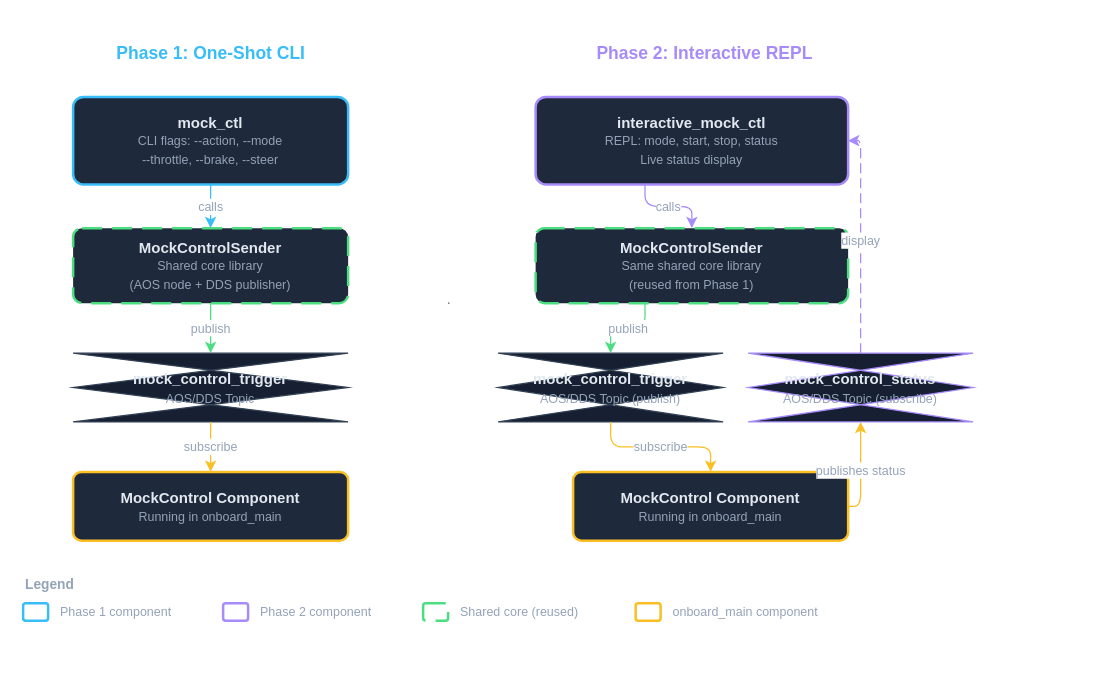
Before: mock-control-cli/architecture.drawio in terry-zhangty/design-docs, a draw.io diagram. Source tidied: cells renumbered, new cells numbered last; positions are measured from the earlier drawing's top-left corner, leaving out a move shared by most shapes. Both pictures are drawn from the tidied source at 125%, with x=0, y=0 at pixel (22, 34).
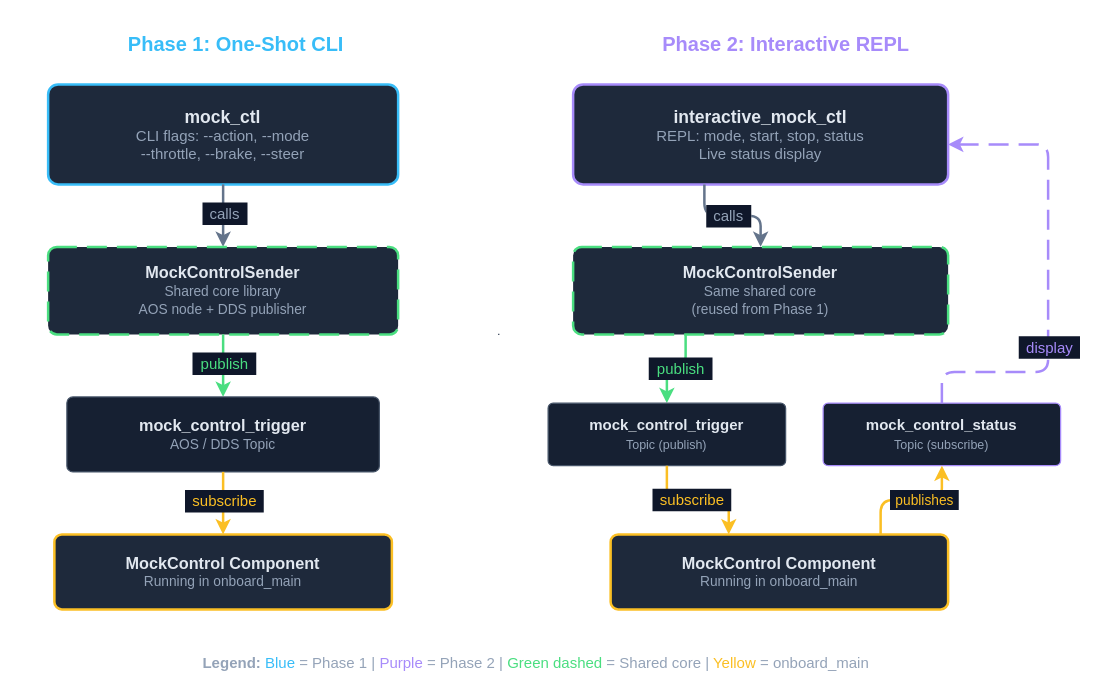
The same page after the edit.

Commit message (it also covers changes not shown here):
Improve architecture diagram: larger fonts, no overlaps, iframe viewer

- Larger boxes and font sizes (12-16px) for readability
- Replaced hexagon topic shapes with rounded rectangles
- Edge labels use colored backgrounds for clarity
- Embedded via draw.io viewer iframe loading from GitHub raw URL
- Committed .drawio source file for future editing

The edit, as a diff of the source:
```diff
@@
-    <mxCell id="2" value="&lt;b&gt;Phase 1: One-Shot CLI&lt;/b&gt;" style="text;html=1;strokeColor=none;fillColor=none;align=center;verticalAlign=middle;fontSize=14;fontColor=#38bdf8;" parent="1" vertex="1">
-      <mxGeometry width="300" height="30" as="geometry" />
+    <mxCell id="2" value="&lt;b style=&quot;font-size:16px&quot;&gt;Phase 1: One-Shot CLI&lt;/b&gt;" style="text;html=1;strokeColor=none;fillColor=none;align=center;verticalAlign=middle;fontColor=#38bdf8;" parent="1" vertex="1">
+      <mxGeometry y="-10" width="340" height="35" as="geometry" />
     </mxCell>
-    <mxCell id="3" value="&lt;b&gt;mock_ctl&lt;/b&gt;&lt;br&gt;&lt;font style=&quot;font-size:10px;color:#94a3b8&quot;&gt;CLI flags: --action, --mode&lt;br&gt;--throttle, --brake, --steer&lt;/font&gt;" style="rounded=1;whiteSpace=wrap;html=1;fillColor=#1e293b;strokeColor=#38bdf8;strokeWidth=2;fontColor=#e2e8f0;arcSize=12;" parent="1" vertex="1">
-      <mxGeometry x="40" y="50" width="220" height="70" as="geometry" />
+    <mxCell id="3" value="&lt;b style=&quot;font-size:14px&quot;&gt;mock_ctl&lt;/b&gt;&lt;br&gt;&lt;span style=&quot;font-size:12px;color:#94a3b8&quot;&gt;CLI flags: --action, --mode&lt;br&gt;--throttle, --brake, --steer&lt;/span&gt;" style="rounded=1;whiteSpace=wrap;html=1;fillColor=#1e293b;strokeColor=#38bdf8;strokeWidth=2;fontColor=#e2e8f0;arcSize=10;" parent="1" vertex="1">
+      <mxGeometry x="20" y="40" width="280" height="80" as="geometry" />
     </mxCell>
-    <mxCell id="4" value="&lt;b&gt;MockControlSender&lt;/b&gt;&lt;br&gt;&lt;font style=&quot;font-size:10px;color:#94a3b8&quot;&gt;Shared core library&lt;br&gt;(AOS node + DDS publisher)&lt;/font&gt;" style="rounded=1;whiteSpace=wrap;html=1;fillColor=#1e293b;strokeColor=#4ade80;strokeWidth=2;fontColor=#e2e8f0;arcSize=12;dashed=1;dashPattern=8 4;" parent="1" vertex="1">
-      <mxGeometry x="40" y="155" width="220" height="60" as="geometry" />
-    </mxCell>
-    <mxCell id="5" value="&lt;b&gt;mock_control_trigger&lt;/b&gt;&lt;br&gt;&lt;font style=&quot;font-size:10px;color:#94a3b8&quot;&gt;AOS/DDS Topic&lt;/font&gt;" style="shape=hexagon;perimeter=hexagonPerimeter2;whiteSpace=wrap;html=1;fillColor=#162032;strokeColor=#334155;strokeWidth=1;fontColor=#e2e8f0;size=15;" parent="1" vertex="1">
-      <mxGeometry x="40" y="255" width="220" height="55" as="geometry" />
-    </mxCell>
-    <mxCell id="6" value="&lt;b&gt;MockControl Component&lt;/b&gt;&lt;br&gt;&lt;font style=&quot;font-size:10px;color:#94a3b8&quot;&gt;Running in onboard_main&lt;/font&gt;" style="rounded=1;whiteSpace=wrap;html=1;fillColor=#1e293b;strokeColor=#fbbf24;strokeWidth=2;fontColor=#e2e8f0;arcSize=12;" parent="1" vertex="1">
-      <mxGeometry x="40" y="350" width="220" height="55" as="geometry" />
-    </mxCell>
-    <mxCell id="7" value="&lt;font style=&quot;font-size:10px;color:#94a3b8&quot;&gt;calls&lt;/font&gt;" style="edgeStyle=orthogonalEdgeStyle;rounded=1;html=1;strokeColor=#38bdf8;strokeWidth=1;exitX=0.5;exitY=1;entryX=0.5;entryY=0;endArrow=classic;endFill=1;" parent="1" edge="1" source="3" target="4">
-      <mxGeometry relative="1" as="geometry" />
-    </mxCell>
-    <mxCell id="8" value="&lt;font style=&quot;font-size:10px;color:#94a3b8&quot;&gt;publish&lt;/font&gt;" style="edgeStyle=orthogonalEdgeStyle;rounded=1;html=1;strokeColor=#4ade80;strokeWidth=1;exitX=0.5;exitY=1;entryX=0.5;entryY=0;endArrow=classic;endFill=1;" parent="1" edge="1" source="4" target="5">
-      <mxGeometry relative="1" as="geometry" />
-    </mxCell>
-    <mxCell id="9" value="&lt;font style=&quot;font-size:10px;color:#94a3b8&quot;&gt;subscribe&lt;/font&gt;" style="edgeStyle=orthogonalEdgeStyle;rounded=1;html=1;strokeColor=#fbbf24;strokeWidth=1;exitX=0.5;exitY=1;entryX=0.5;entryY=0;endArrow=classic;endFill=1;" parent="1" edge="1" source="5" target="6">
-      <mxGeometry relative="1" as="geometry" />
-    </mxCell>
+    <mxCell id="31" style="edgeStyle=orthogonalEdgeStyle;rounded=1;html=1;strokeColor=#64748b;strokeWidth=2;exitX=0.5;exitY=1;entryX=0.5;entryY=0;endArrow=classic;endFill=1;" parent="1" edge="1" source="3" target="33">
+      <mxGeometry relative="1" as="geometry" />
+    </mxCell>
+    <mxCell id="32" value="&lt;span style=&quot;font-size:12px;color:#94a3b8;background:#0f172a;padding:2px 6px&quot;&gt;calls&lt;/span&gt;" style="edgeLabel;html=1;align=center;verticalAlign=middle;" parent="31" vertex="1">
+      <mxGeometry x="-0.1" relative="1" as="geometry" />
+    </mxCell>
+    <mxCell id="33" value="&lt;b style=&quot;font-size:13px&quot;&gt;MockControlSender&lt;/b&gt;&lt;br&gt;&lt;span style=&quot;font-size:11px;color:#94a3b8&quot;&gt;Shared core library&lt;br&gt;AOS node + DDS publisher&lt;/span&gt;" style="rounded=1;whiteSpace=wrap;html=1;fillColor=#1e293b;strokeColor=#4ade80;strokeWidth=2;fontColor=#e2e8f0;arcSize=10;dashed=1;dashPattern=8 4;" parent="1" vertex="1">
+      <mxGeometry x="20" y="170" width="280" height="70" as="geometry" />
+    </mxCell>
+    <mxCell id="34" style="edgeStyle=orthogonalEdgeStyle;rounded=1;html=1;strokeColor=#4ade80;strokeWidth=2;exitX=0.5;exitY=1;entryX=0.5;entryY=0;endArrow=classic;endFill=1;" parent="1" edge="1" source="33" target="36">
+      <mxGeometry relative="1" as="geometry" />
+    </mxCell>
+    <mxCell id="35" value="&lt;span style=&quot;font-size:12px;color:#4ade80;background:#0f172a;padding:2px 6px&quot;&gt;publish&lt;/span&gt;" style="edgeLabel;html=1;align=center;verticalAlign=middle;" parent="34" vertex="1">
+      <mxGeometry x="-0.1" relative="1" as="geometry" />
+    </mxCell>
+    <mxCell id="36" value="&lt;b style=&quot;font-size:13px&quot;&gt;mock_control_trigger&lt;/b&gt;&lt;br&gt;&lt;span style=&quot;font-size:11px;color:#94a3b8&quot;&gt;AOS / DDS Topic&lt;/span&gt;" style="rounded=1;whiteSpace=wrap;html=1;fillColor=#162032;strokeColor=#475569;strokeWidth=1;fontColor=#e2e8f0;arcSize=8;" parent="1" vertex="1">
+      <mxGeometry x="35" y="290" width="250" height="60" as="geometry" />
+    </mxCell>
+    <mxCell id="37" style="edgeStyle=orthogonalEdgeStyle;rounded=1;html=1;strokeColor=#fbbf24;strokeWidth=2;exitX=0.5;exitY=1;entryX=0.5;entryY=0;endArrow=classic;endFill=1;" parent="1" edge="1" source="36" target="39">
+      <mxGeometry relative="1" as="geometry" />
+    </mxCell>
+    <mxCell id="38" value="&lt;span style=&quot;font-size:12px;color:#fbbf24;background:#0f172a;padding:2px 6px&quot;&gt;subscribe&lt;/span&gt;" style="edgeLabel;html=1;align=center;verticalAlign=middle;" parent="37" vertex="1">
+      <mxGeometry x="-0.1" relative="1" as="geometry" />
+    </mxCell>
+    <mxCell id="39" value="&lt;b style=&quot;font-size:13px&quot;&gt;MockControl Component&lt;/b&gt;&lt;br&gt;&lt;span style=&quot;font-size:11px;color:#94a3b8&quot;&gt;Running in onboard_main&lt;/span&gt;" style="rounded=1;whiteSpace=wrap;html=1;fillColor=#1e293b;strokeColor=#fbbf24;strokeWidth=2;fontColor=#e2e8f0;arcSize=10;" parent="1" vertex="1">
+      <mxGeometry x="25" y="400" width="270" height="60" as="geometry" />
+    </mxCell>
     <mxCell id="10" style="line;strokeColor=#334155;strokeWidth=1;fillColor=none;dashed=1;dashPattern=8 4;" parent="1" vertex="1">
-      <mxGeometry x="340" y="10" width="1" height="410" as="geometry" />
+      <mxGeometry x="380" width="1" height="480" as="geometry" />
     </mxCell>
-    <mxCell id="11" value="&lt;b&gt;Phase 2: Interactive REPL&lt;/b&gt;" style="text;html=1;strokeColor=none;fillColor=none;align=center;verticalAlign=middle;fontSize=14;fontColor=#a78bfa;" parent="1" vertex="1">
-      <mxGeometry x="380" width="330" height="30" as="geometry" />
+    <mxCell id="11" value="&lt;b style=&quot;font-size:16px&quot;&gt;Phase 2: Interactive REPL&lt;/b&gt;" style="text;html=1;strokeColor=none;fillColor=none;align=center;verticalAlign=middle;fontColor=#a78bfa;" parent="1" vertex="1">
+      <mxGeometry x="420" y="-10" width="380" height="35" as="geometry" />
     </mxCell>
-    <mxCell id="12" value="&lt;b&gt;interactive_mock_ctl&lt;/b&gt;&lt;br&gt;&lt;font style=&quot;font-size:10px;color:#94a3b8&quot;&gt;REPL: mode, start, stop, status&lt;br&gt;Live status display&lt;/font&gt;" style="rounded=1;whiteSpace=wrap;html=1;fillColor=#1e293b;strokeColor=#a78bfa;strokeWidth=2;fontColor=#e2e8f0;arcSize=12;" parent="1" vertex="1">
-      <mxGeometry x="410" y="50" width="250" height="70" as="geometry" />
+    <mxCell id="12" value="&lt;b style=&quot;font-size:14px&quot;&gt;interactive_mock_ctl&lt;/b&gt;&lt;br&gt;&lt;span style=&quot;font-size:12px;color:#94a3b8&quot;&gt;REPL: mode, start, stop, status&lt;br&gt;Live status display&lt;/span&gt;" style="rounded=1;whiteSpace=wrap;html=1;fillColor=#1e293b;strokeColor=#a78bfa;strokeWidth=2;fontColor=#e2e8f0;arcSize=10;" parent="1" vertex="1">
+      <mxGeometry x="440" y="40" width="300" height="80" as="geometry" />
     </mxCell>
-    <mxCell id="13" value="&lt;b&gt;MockControlSender&lt;/b&gt;&lt;br&gt;&lt;font style=&quot;font-size:10px;color:#94a3b8&quot;&gt;Same shared core library&lt;br&gt;(reused from Phase 1)&lt;/font&gt;" style="rounded=1;whiteSpace=wrap;html=1;fillColor=#1e293b;strokeColor=#4ade80;strokeWidth=2;fontColor=#e2e8f0;arcSize=12;dashed=1;dashPattern=8 4;" parent="1" vertex="1">
-      <mxGeometry x="410" y="155" width="250" height="60" as="geometry" />
-    </mxCell>
-    <mxCell id="14" value="&lt;b&gt;mock_control_trigger&lt;/b&gt;&lt;br&gt;&lt;font style=&quot;font-size:10px;color:#94a3b8&quot;&gt;AOS/DDS Topic (publish)&lt;/font&gt;" style="shape=hexagon;perimeter=hexagonPerimeter2;whiteSpace=wrap;html=1;fillColor=#162032;strokeColor=#334155;strokeWidth=1;fontColor=#e2e8f0;size=15;" parent="1" vertex="1">
-      <mxGeometry x="380" y="255" width="180" height="55" as="geometry" />
-    </mxCell>
-    <mxCell id="15" value="&lt;b&gt;mock_control_status&lt;/b&gt;&lt;br&gt;&lt;font style=&quot;font-size:10px;color:#94a3b8&quot;&gt;AOS/DDS Topic (subscribe)&lt;/font&gt;" style="shape=hexagon;perimeter=hexagonPerimeter2;whiteSpace=wrap;html=1;fillColor=#162032;strokeColor=#a78bfa;strokeWidth=1;fontColor=#e2e8f0;size=15;" parent="1" vertex="1">
-      <mxGeometry x="580" y="255" width="180" height="55" as="geometry" />
-    </mxCell>
-    <mxCell id="16" value="&lt;b&gt;MockControl Component&lt;/b&gt;&lt;br&gt;&lt;font style=&quot;font-size:10px;color:#94a3b8&quot;&gt;Running in onboard_main&lt;/font&gt;" style="rounded=1;whiteSpace=wrap;html=1;fillColor=#1e293b;strokeColor=#fbbf24;strokeWidth=2;fontColor=#e2e8f0;arcSize=12;" parent="1" vertex="1">
-      <mxGeometry x="440" y="350" width="220" height="55" as="geometry" />
-    </mxCell>
-    <mxCell id="17" value="&lt;font style=&quot;font-size:10px;color:#94a3b8&quot;&gt;calls&lt;/font&gt;" style="edgeStyle=orthogonalEdgeStyle;rounded=1;html=1;strokeColor=#a78bfa;strokeWidth=1;exitX=0.35;exitY=1;entryX=0.5;entryY=0;endArrow=classic;endFill=1;" parent="1" edge="1" source="12" target="13">
-      <mxGeometry relative="1" as="geometry" />
-    </mxCell>
-    <mxCell id="18" value="&lt;font style=&quot;font-size:10px;color:#94a3b8&quot;&gt;publish&lt;/font&gt;" style="edgeStyle=orthogonalEdgeStyle;rounded=1;html=1;strokeColor=#4ade80;strokeWidth=1;exitX=0.35;exitY=1;entryX=0.5;entryY=0;endArrow=classic;endFill=1;" parent="1" edge="1" source="13" target="14">
-      <mxGeometry relative="1" as="geometry" />
-    </mxCell>
-    <mxCell id="19" value="&lt;font style=&quot;font-size:10px;color:#94a3b8&quot;&gt;subscribe&lt;/font&gt;" style="edgeStyle=orthogonalEdgeStyle;rounded=1;html=1;strokeColor=#fbbf24;strokeWidth=1;exitX=0.5;exitY=1;entryX=0.5;entryY=0;endArrow=classic;endFill=1;" parent="1" edge="1" source="14" target="16">
-      <mxGeometry relative="1" as="geometry" />
-    </mxCell>
-    <mxCell id="20" value="&lt;font style=&quot;font-size:10px;color:#94a3b8&quot;&gt;publishes status&lt;/font&gt;" style="edgeStyle=orthogonalEdgeStyle;rounded=1;html=1;strokeColor=#fbbf24;strokeWidth=1;exitX=1;exitY=0.5;entryX=0.5;entryY=1;endArrow=classic;endFill=1;" parent="1" edge="1" source="16" target="15">
-      <mxGeometry relative="1" as="geometry" />
-    </mxCell>
+    <mxCell id="40" style="edgeStyle=orthogonalEdgeStyle;rounded=1;html=1;strokeColor=#64748b;strokeWidth=2;exitX=0.35;exitY=1;entryX=0.5;entryY=0;endArrow=classic;endFill=1;" parent="1" edge="1" source="12" target="42">
+      <mxGeometry relative="1" as="geometry" />
+    </mxCell>
+    <mxCell id="41" value="&lt;span style=&quot;font-size:12px;color:#94a3b8;background:#0f172a;padding:2px 6px&quot;&gt;calls&lt;/span&gt;" style="edgeLabel;html=1;align=center;verticalAlign=middle;" parent="40" vertex="1">
+      <mxGeometry x="-0.1" relative="1" as="geometry" />
+    </mxCell>
+    <mxCell id="42" value="&lt;b style=&quot;font-size:13px&quot;&gt;MockControlSender&lt;/b&gt;&lt;br&gt;&lt;span style=&quot;font-size:11px;color:#94a3b8&quot;&gt;Same shared core&lt;br&gt;(reused from Phase 1)&lt;/span&gt;" style="rounded=1;whiteSpace=wrap;html=1;fillColor=#1e293b;strokeColor=#4ade80;strokeWidth=2;fontColor=#e2e8f0;arcSize=10;dashed=1;dashPattern=8 4;" parent="1" vertex="1">
+      <mxGeometry x="440" y="170" width="300" height="70" as="geometry" />
+    </mxCell>
+    <mxCell id="43" style="edgeStyle=orthogonalEdgeStyle;rounded=1;html=1;strokeColor=#4ade80;strokeWidth=2;exitX=0.3;exitY=1;entryX=0.5;entryY=0;endArrow=classic;endFill=1;" parent="1" edge="1" source="42" target="45">
+      <mxGeometry relative="1" as="geometry" />
+    </mxCell>
+    <mxCell id="44" value="&lt;span style=&quot;font-size:12px;color:#4ade80;background:#0f172a;padding:2px 6px&quot;&gt;publish&lt;/span&gt;" style="edgeLabel;html=1;align=center;verticalAlign=middle;" parent="43" vertex="1">
+      <mxGeometry x="-0.1" relative="1" as="geometry" />
+    </mxCell>
+    <mxCell id="45" value="&lt;b style=&quot;font-size:12px&quot;&gt;mock_control_trigger&lt;/b&gt;&lt;br&gt;&lt;span style=&quot;font-size:10px;color:#94a3b8&quot;&gt;Topic (publish)&lt;/span&gt;" style="rounded=1;whiteSpace=wrap;html=1;fillColor=#162032;strokeColor=#475569;strokeWidth=1;fontColor=#e2e8f0;arcSize=8;" parent="1" vertex="1">
+      <mxGeometry x="420" y="295" width="190" height="50" as="geometry" />
+    </mxCell>
+    <mxCell id="46" value="&lt;b style=&quot;font-size:12px&quot;&gt;mock_control_status&lt;/b&gt;&lt;br&gt;&lt;span style=&quot;font-size:10px;color:#94a3b8&quot;&gt;Topic (subscribe)&lt;/span&gt;" style="rounded=1;whiteSpace=wrap;html=1;fillColor=#162032;strokeColor=#a78bfa;strokeWidth=1;fontColor=#e2e8f0;arcSize=8;" parent="1" vertex="1">
+      <mxGeometry x="640" y="295" width="190" height="50" as="geometry" />
+    </mxCell>
+    <mxCell id="47" style="edgeStyle=orthogonalEdgeStyle;rounded=1;html=1;strokeColor=#fbbf24;strokeWidth=2;exitX=0.5;exitY=1;entryX=0.35;entryY=0;endArrow=classic;endFill=1;" parent="1" edge="1" source="45" target="49">
+      <mxGeometry relative="1" as="geometry" />
+    </mxCell>
+    <mxCell id="48" value="&lt;span style=&quot;font-size:12px;color:#fbbf24;background:#0f172a;padding:2px 6px&quot;&gt;subscribe&lt;/span&gt;" style="edgeLabel;html=1;align=center;verticalAlign=middle;" parent="47" vertex="1">
+      <mxGeometry x="-0.1" relative="1" as="geometry" />
+    </mxCell>
+    <mxCell id="49" value="&lt;b style=&quot;font-size:13px&quot;&gt;MockControl Component&lt;/b&gt;&lt;br&gt;&lt;span style=&quot;font-size:11px;color:#94a3b8&quot;&gt;Running in onboard_main&lt;/span&gt;" style="rounded=1;whiteSpace=wrap;html=1;fillColor=#1e293b;strokeColor=#fbbf24;strokeWidth=2;fontColor=#e2e8f0;arcSize=10;" parent="1" vertex="1">
+      <mxGeometry x="470" y="400" width="270" height="60" as="geometry" />
+    </mxCell>
+    <mxCell id="50" style="edgeStyle=orthogonalEdgeStyle;rounded=1;html=1;strokeColor=#fbbf24;strokeWidth=2;exitX=0.8;exitY=0;entryX=0.5;entryY=1;endArrow=classic;endFill=1;" parent="1" edge="1" source="49" target="46">
+      <mxGeometry relative="1" as="geometry" />
+    </mxCell>
+    <mxCell id="51" value="&lt;span style=&quot;font-size:11px;color:#fbbf24;background:#0f172a;padding:2px 4px&quot;&gt;publishes&lt;/span&gt;" style="edgeLabel;html=1;align=center;verticalAlign=middle;" parent="50" vertex="1">
+      <mxGeometry x="0.2" relative="1" as="geometry" />
+    </mxCell>
+    <mxCell id="52" style="edgeStyle=orthogonalEdgeStyle;rounded=1;html=1;strokeColor=#a78bfa;strokeWidth=2;exitX=0.5;exitY=0;entryX=1;entryY=0.6;endArrow=classic;endFill=1;dashed=1;dashPattern=8 4;" parent="1" edge="1" source="46" target="12">
+      <mxGeometry relative="1" as="geometry">
+        <Array as="points">
+          <mxPoint x="735" y="270" />
+          <mxPoint x="820" y="270" />
+          <mxPoint x="820" y="88" />
+        </Array>
+      </mxGeometry>
+    </mxCell>
-    <mxCell id="21" value="&lt;font style=&quot;font-size:10px;color:#94a3b8&quot;&gt;display&lt;/font&gt;" style="edgeStyle=orthogonalEdgeStyle;rounded=1;html=1;strokeColor=#a78bfa;strokeWidth=1;exitX=0.5;exitY=0;entryX=1;entryY=0.5;endArrow=classic;endFill=1;dashed=1;dashPattern=8 4;" parent="1" edge="1" source="15" target="12">
-      <mxGeometry relative="1" as="geometry" />
+    <mxCell id="21" value="&lt;span style=&quot;font-size:12px;color:#a78bfa;background:#0f172a;padding:2px 6px&quot;&gt;display&lt;/span&gt;" style="edgeLabel;html=1;align=center;verticalAlign=middle;" parent="52" vertex="1">
+      <mxGeometry x="-0.3" relative="1" as="geometry" />
     </mxCell>
-    <mxCell id="22" value="&lt;b style=&quot;font-size:11px;&quot;&gt;Legend&lt;/b&gt;" style="text;html=1;strokeColor=none;fillColor=none;align=left;verticalAlign=middle;fontColor=#94a3b8;" parent="1" vertex="1">
-      <mxGeometry y="430" width="50" height="20" as="geometry" />
-    </mxCell>
-    <mxCell id="23" style="rounded=1;whiteSpace=wrap;html=1;fillColor=none;strokeColor=#38bdf8;strokeWidth=2;" parent="1" vertex="1">
-      <mxGeometry y="455" width="20" height="14" as="geometry" />
-    </mxCell>
-    <mxCell id="24" value="&lt;font style=&quot;font-size:10px;color:#94a3b8&quot;&gt;Phase 1 component&lt;/font&gt;" style="text;html=1;strokeColor=none;fillColor=none;align=left;verticalAlign=middle;" parent="1" vertex="1">
-      <mxGeometry x="28" y="452" width="120" height="20" as="geometry" />
-    </mxCell>
-    <mxCell id="25" style="rounded=1;whiteSpace=wrap;html=1;fillColor=none;strokeColor=#a78bfa;strokeWidth=2;" parent="1" vertex="1">
-      <mxGeometry x="160" y="455" width="20" height="14" as="geometry" />
-    </mxCell>
-    <mxCell id="26" value="&lt;font style=&quot;font-size:10px;color:#94a3b8&quot;&gt;Phase 2 component&lt;/font&gt;" style="text;html=1;strokeColor=none;fillColor=none;align=left;verticalAlign=middle;" parent="1" vertex="1">
-      <mxGeometry x="188" y="452" width="120" height="20" as="geometry" />
-    </mxCell>
-    <mxCell id="27" style="rounded=1;whiteSpace=wrap;html=1;fillColor=none;strokeColor=#4ade80;strokeWidth=2;dashed=1;dashPattern=8 4;" parent="1" vertex="1">
-      <mxGeometry x="320" y="455" width="20" height="14" as="geometry" />
-    </mxCell>
-    <mxCell id="28" value="&lt;font style=&quot;font-size:10px;color:#94a3b8&quot;&gt;Shared core (reused)&lt;/font&gt;" style="text;html=1;strokeColor=none;fillColor=none;align=left;verticalAlign=middle;" parent="1" vertex="1">
-      <mxGeometry x="348" y="452" width="130" height="20" as="geometry" />
-    </mxCell>
-    <mxCell id="29" style="rounded=1;whiteSpace=wrap;html=1;fillColor=none;strokeColor=#fbbf24;strokeWidth=2;" parent="1" vertex="1">
-      <mxGeometry x="490" y="455" width="20" height="14" as="geometry" />
-    </mxCell>
-    <mxCell id="30" value="&lt;font style=&quot;font-size:10px;color:#94a3b8&quot;&gt;onboard_main component&lt;/font&gt;" style="text;html=1;strokeColor=none;fillColor=none;align=left;verticalAlign=middle;" parent="1" vertex="1">
-      <mxGeometry x="518" y="452" width="150" height="20" as="geometry" />
-    </mxCell>
+    <mxCell id="53" value="&lt;span style=&quot;font-size:12px;color:#94a3b8&quot;&gt;&lt;b&gt;Legend:&lt;/b&gt;  &lt;span style=&quot;color:#38bdf8&quot;&gt;Blue&lt;/span&gt; = Phase 1  |  &lt;span style=&quot;color:#a78bfa&quot;&gt;Purple&lt;/span&gt; = Phase 2  |  &lt;span style=&quot;color:#4ade80&quot;&gt;Green dashed&lt;/span&gt; = Shared core  |  &lt;span style=&quot;color:#fbbf24&quot;&gt;Yellow&lt;/span&gt; = onboard_main&lt;/span&gt;" style="text;html=1;strokeColor=none;fillColor=none;align=center;verticalAlign=middle;" parent="1" vertex="1">
+      <mxGeometry x="100" y="490" width="620" height="25" as="geometry" />
+    </mxCell>
```
